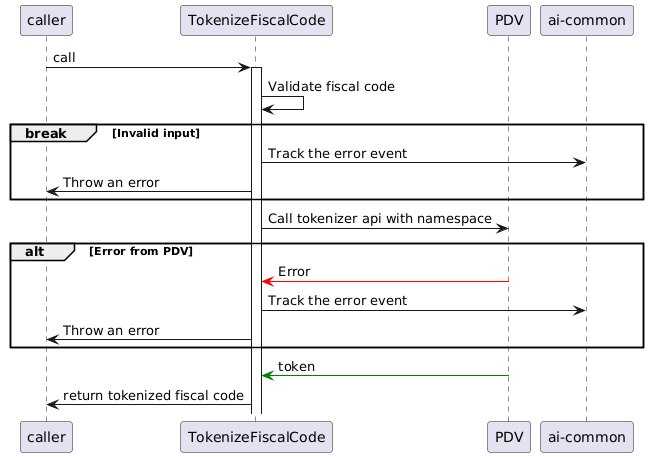
This is apps/etl-func/docs/tokenize.png from pagopa/io-messages, a PlantUML export, as it was before one commit.
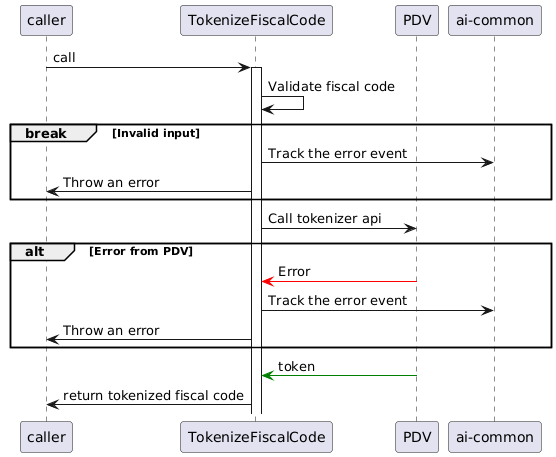
Later version of the same file.

Change to the diagram source:
```diff
@@ -14,7 +14,7 @@
   tf -> caller : Throw an error
 end
 
-tf -> PDV : Call tokenizer api with namespace
+tf -> PDV : Call tokenizer api
 
 alt Error from PDV
   PDV -[#red]> tf : Error
```
